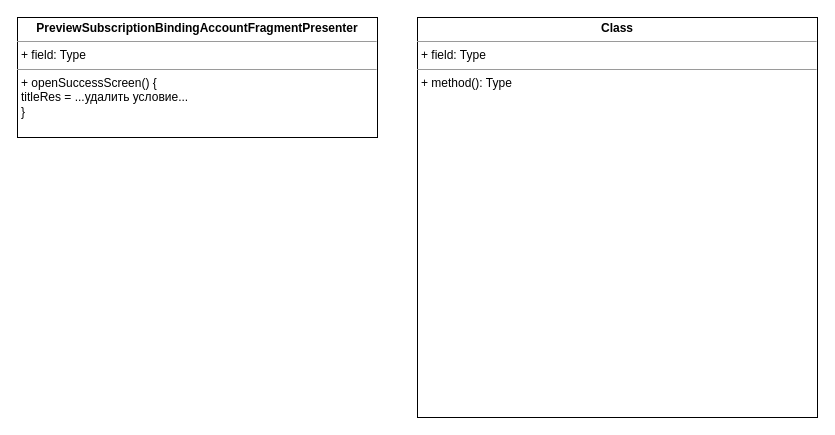
Earlier version of the draw.io diagram UNI-17136.drawio (ShiryaevNikolay/diagrams). Source tidied: cells renumbered, new cells numbered last; positions are measured from the earlier drawing's top-left corner, leaving out a move shared by most shapes. Both pictures are drawn from the tidied source at 100%, with x=0, y=0 at pixel (17, 17).
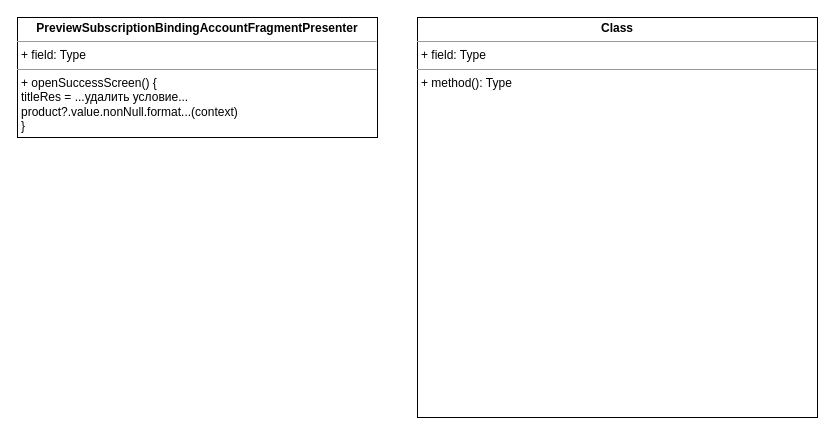
The same diagram, later.

Change to the diagram source:
```diff
@@
 <mxGraphModel>
   <root>
     <mxCell id="0" />
     <mxCell id="1" parent="0" />
-    <mxCell id="2" value="&lt;p style=&quot;margin:0px;margin-top:4px;text-align:center;&quot;&gt;&lt;b&gt;PreviewSubscriptionBindingAccountFragmentPresenter&lt;/b&gt;&lt;/p&gt;&lt;hr size=&quot;1&quot;&gt;&lt;p style=&quot;margin:0px;margin-left:4px;&quot;&gt;+ field: Type&lt;/p&gt;&lt;hr size=&quot;1&quot;&gt;&lt;p style=&quot;margin:0px;margin-left:4px;&quot;&gt;+ openSuccessScreen() {&lt;/p&gt;&lt;p style=&quot;margin:0px;margin-left:4px;&quot;&gt;titleRes = ...удалить условие...&lt;br&gt;&lt;/p&gt;&lt;p style=&quot;margin:0px;margin-left:4px;&quot;&gt;}&lt;br&gt;&lt;/p&gt;" style="verticalAlign=top;align=left;overflow=fill;fontSize=12;fontFamily=Helvetica;html=1;" parent="1" vertex="1">
+    <mxCell id="2" value="&lt;p style=&quot;margin:0px;margin-top:4px;text-align:center;&quot;&gt;&lt;b&gt;PreviewSubscriptionBindingAccountFragmentPresenter&lt;/b&gt;&lt;/p&gt;&lt;hr size=&quot;1&quot;&gt;&lt;p style=&quot;margin:0px;margin-left:4px;&quot;&gt;+ field: Type&lt;/p&gt;&lt;hr size=&quot;1&quot;&gt;&lt;p style=&quot;margin:0px;margin-left:4px;&quot;&gt;+ openSuccessScreen() {&lt;/p&gt;&lt;p style=&quot;margin:0px;margin-left:4px;&quot;&gt;titleRes = ...удалить условие...&lt;/p&gt;&lt;p style=&quot;margin:0px;margin-left:4px;&quot;&gt;product?.value.nonNull.format...(context)&lt;br&gt;&lt;/p&gt;&lt;p style=&quot;margin:0px;margin-left:4px;&quot;&gt;}&lt;br&gt;&lt;/p&gt;" style="verticalAlign=top;align=left;overflow=fill;fontSize=12;fontFamily=Helvetica;html=1;" parent="1" vertex="1">
       <mxGeometry width="360" height="120" as="geometry" />
     </mxCell>
     <mxCell id="3" value="&lt;p style=&quot;margin:0px;margin-top:4px;text-align:center;&quot;&gt;&lt;b&gt;Class&lt;/b&gt;&lt;/p&gt;&lt;hr size=&quot;1&quot;/&gt;&lt;p style=&quot;margin:0px;margin-left:4px;&quot;&gt;+ field: Type&lt;/p&gt;&lt;hr size=&quot;1&quot;/&gt;&lt;p style=&quot;margin:0px;margin-left:4px;&quot;&gt;+ method(): Type&lt;/p&gt;" style="verticalAlign=top;align=left;overflow=fill;fontSize=12;fontFamily=Helvetica;html=1;" parent="1" vertex="1">
       <mxGeometry x="400" width="400" height="400" as="geometry" />
     </mxCell>
   </root>
 </mxGraphModel>
```
